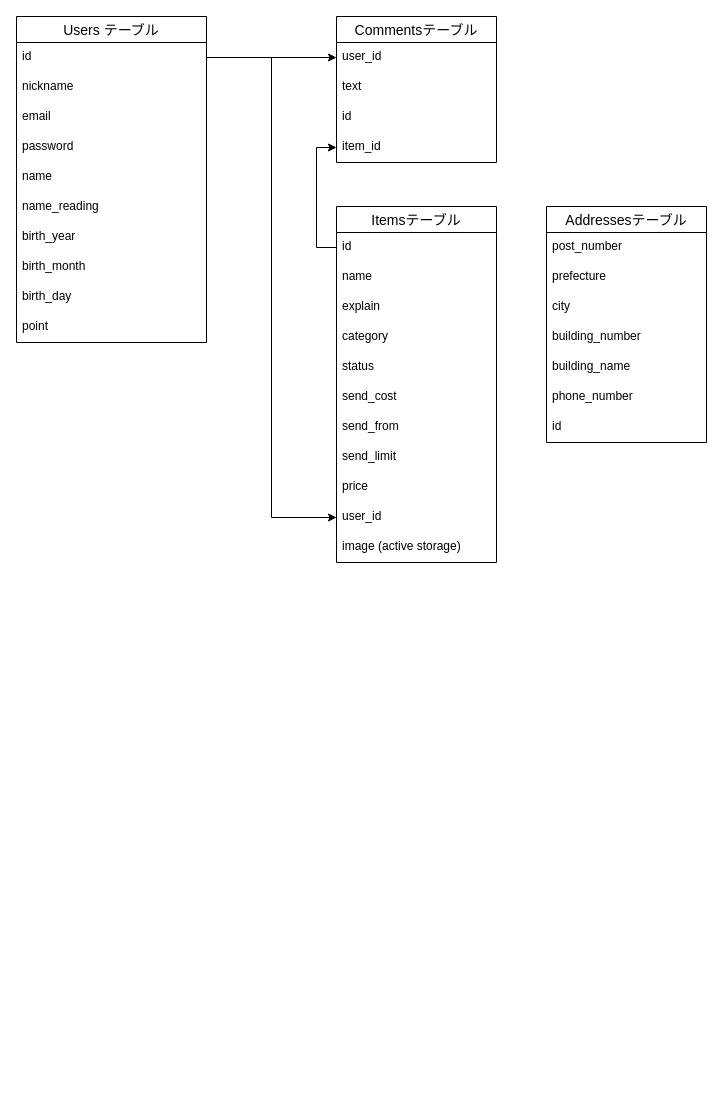
Before: database.dio in runba3011/furima-36728, a draw.io diagram. Source tidied: cells renumbered, new cells numbered last; positions are measured from the earlier drawing's top-left corner, leaving out a move shared by most shapes. Both pictures are drawn from the tidied source at 100%, with x=0, y=0 at pixel (16, 16).
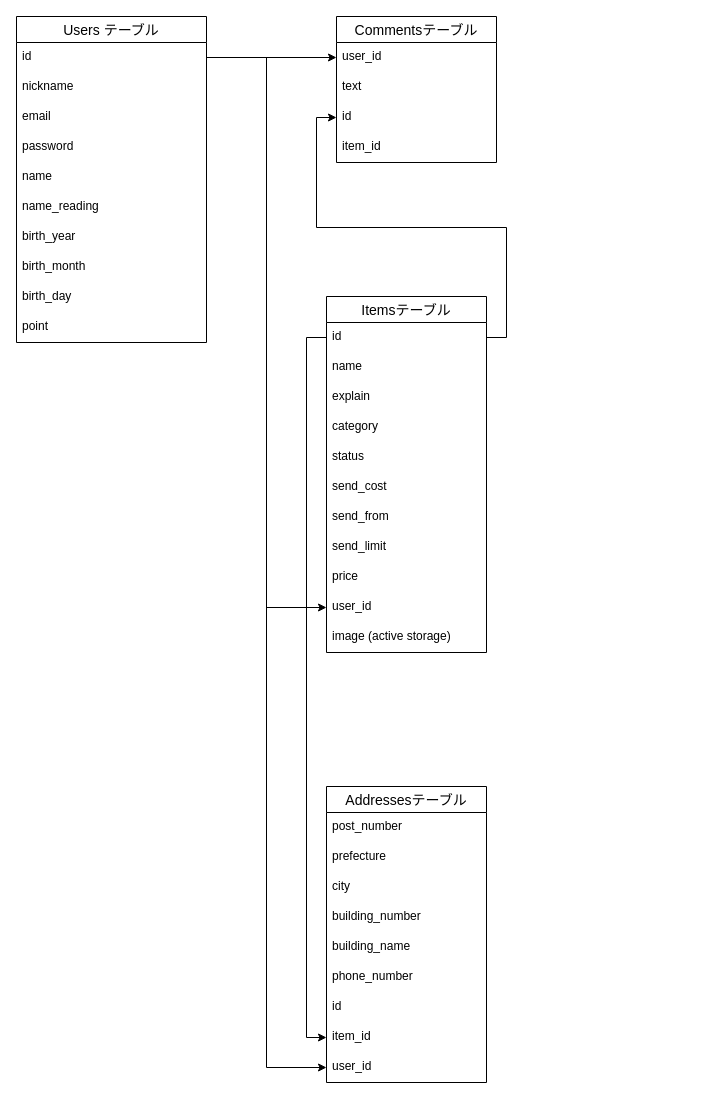
The same page after the edit.

Unchanged cells that the change refers to:
```xml
<mxCell id="3" value="id" style="text;strokeColor=none;fillColor=none;spacingLeft=4;spacingRight=4;overflow=hidden;points=[[0,0.5],[1,0.5]];portConstraint=eastwest;fontSize=12;" parent="2" vertex="1">
  <mxGeometry y="26" width="190" height="30" as="geometry" />
</mxCell>
<mxCell id="16" value="id" style="text;strokeColor=none;fillColor=none;spacingLeft=4;spacingRight=4;overflow=hidden;points=[[0,0.5],[1,0.5]];portConstraint=eastwest;fontSize=12;" parent="13" vertex="1">
  <mxGeometry y="86" width="160" height="30" as="geometry" />
</mxCell>
<mxCell id="17" value="item_id" style="text;strokeColor=none;fillColor=none;spacingLeft=4;spacingRight=4;overflow=hidden;points=[[0,0.5],[1,0.5]];portConstraint=eastwest;fontSize=12;" parent="13" vertex="1">
  <mxGeometry y="116" width="160" height="30" as="geometry" />
</mxCell>
<mxCell id="19" value="id" style="text;strokeColor=none;fillColor=none;spacingLeft=4;spacingRight=4;overflow=hidden;points=[[0,0.5],[1,0.5]];portConstraint=eastwest;fontSize=12;" parent="18" vertex="1">
  <mxGeometry y="26" width="160" height="30" as="geometry" />
</mxCell>
```

Diff of the diagram source:
```diff
@@
     <mxCell id="18" value="Itemsテーブル" style="swimlane;fontStyle=0;horizontal=1;startSize=26;align=center;fontSize=14;" parent="1" vertex="1">
-      <mxGeometry x="320" y="190" width="160" height="356" as="geometry" />
+      <mxGeometry x="310" y="280" width="160" height="356" as="geometry" />
     </mxCell>
@@
-    <mxCell id="32" style="edgeStyle=orthogonalEdgeStyle;rounded=0;jettySize=auto;html=1;entryX=0;entryY=0.5;entryDx=0;entryDy=0;" parent="1" edge="1" source="19" target="17">
-      <mxGeometry relative="1" as="geometry" />
-    </mxCell>
     <mxCell id="33" value="Addressesテーブル" style="swimlane;fontStyle=0;horizontal=1;startSize=26;align=center;fontSize=14;" parent="1" vertex="1">
-      <mxGeometry x="530" y="190" width="160" height="236" as="geometry" />
+      <mxGeometry x="310" y="770" width="160" height="296" as="geometry" />
     </mxCell>
@@
+    <mxCell id="41" value="item_id" style="text;strokeColor=none;fillColor=none;spacingLeft=4;spacingRight=4;overflow=hidden;points=[[0,0.5],[1,0.5]];portConstraint=eastwest;fontSize=12;" parent="33" vertex="1">
+      <mxGeometry y="236" width="160" height="30" as="geometry" />
+    </mxCell>
+    <mxCell id="42" value="user_id" style="text;strokeColor=none;fillColor=none;spacingLeft=4;spacingRight=4;overflow=hidden;points=[[0,0.5],[1,0.5]];portConstraint=eastwest;fontSize=12;" parent="33" vertex="1">
+      <mxGeometry y="266" width="160" height="30" as="geometry" />
+    </mxCell>
+    <mxCell id="43" style="edgeStyle=orthogonalEdgeStyle;rounded=0;jettySize=auto;html=1;entryX=0;entryY=0.5;entryDx=0;entryDy=0;" parent="1" edge="1" source="19" target="41">
+      <mxGeometry relative="1" as="geometry" />
+    </mxCell>
+    <mxCell id="44" style="edgeStyle=orthogonalEdgeStyle;rounded=0;jettySize=auto;html=1;entryX=0;entryY=0.5;entryDx=0;entryDy=0;" parent="1" edge="1" source="3" target="42">
+      <mxGeometry relative="1" as="geometry" />
+    </mxCell>
+    <mxCell id="45" style="edgeStyle=orthogonalEdgeStyle;rounded=0;jettySize=auto;html=1;entryX=0;entryY=0.5;entryDx=0;entryDy=0;" parent="1" edge="1" source="19" target="16">
+      <mxGeometry relative="1" as="geometry" />
+    </mxCell>
```
